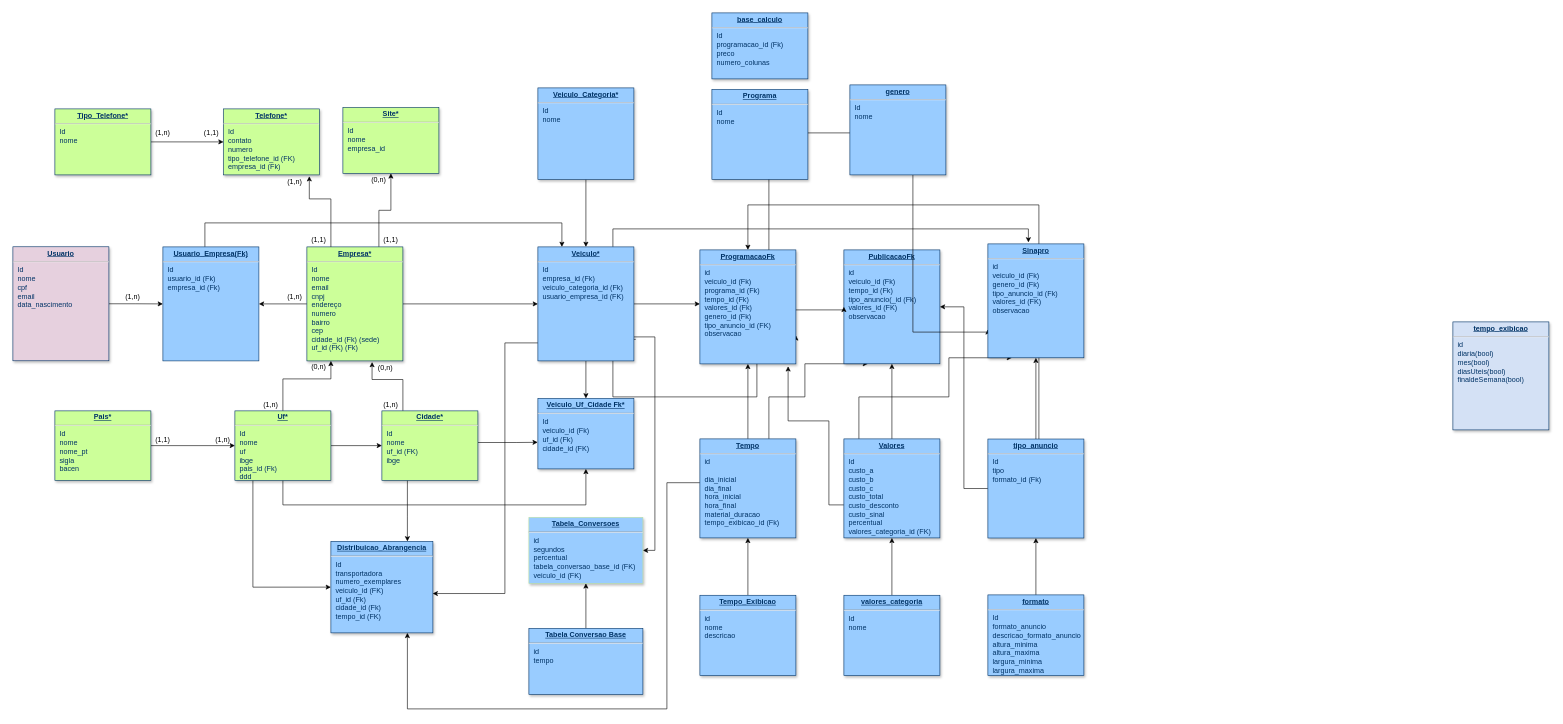
Earlier version of the draw.io diagram Diagrama padronizado.drawio (diogogui/pna). Source tidied: cells renumbered, new cells numbered last; positions are measured from the earlier drawing's top-left corner, leaving out a move shared by most shapes. Both pictures are drawn from the tidied source at 60%, with x=0, y=0 at pixel (13, 13).
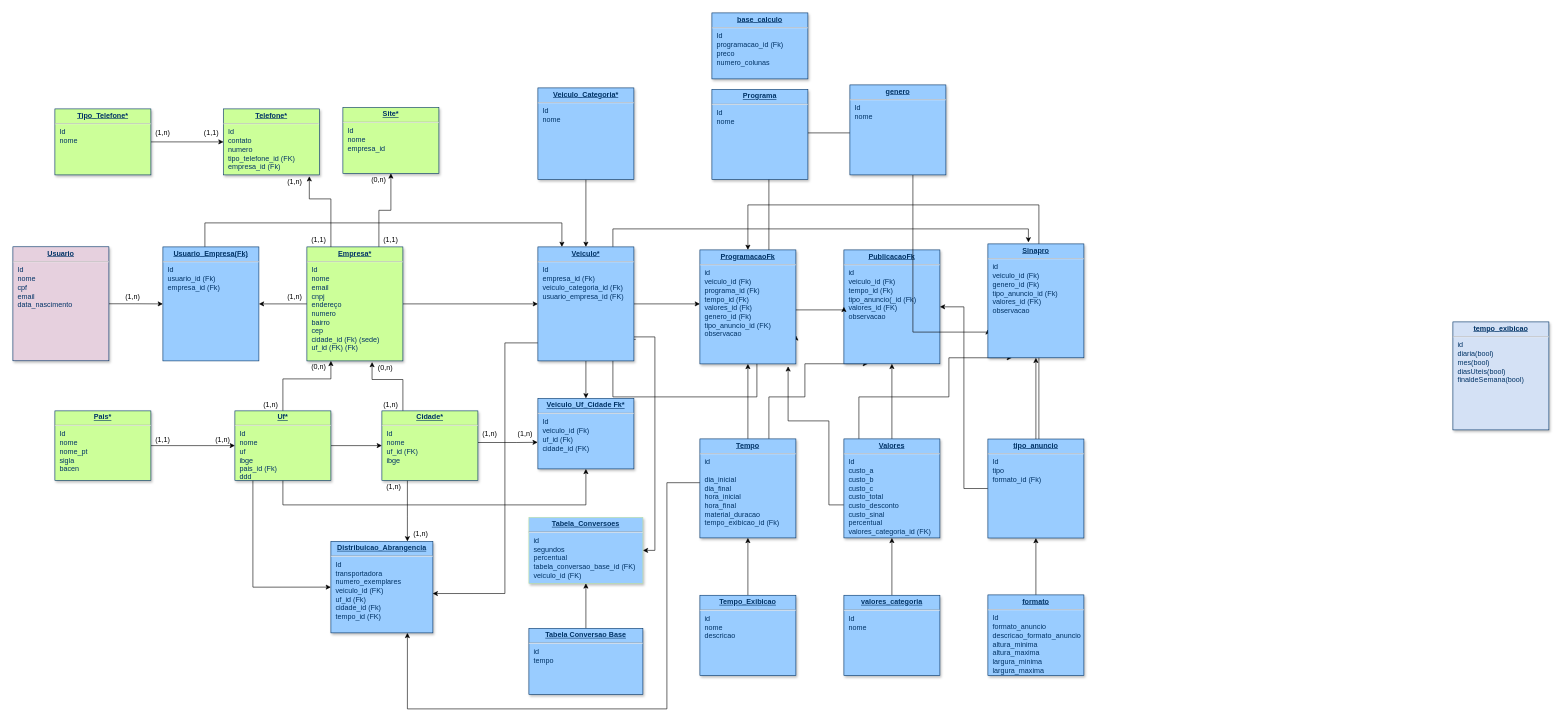
The same page after the edit.

Change to the diagram source:
```diff
@@
+    <mxCell id="81" value="(1,n)" style="text;html=1;strokeColor=none;fillColor=none;align=center;verticalAlign=middle;whiteSpace=wrap;rounded=0;" parent="1" vertex="1">
+      <mxGeometry x="615" y="780.2" width="40" height="20" as="geometry" />
+    </mxCell>
+    <mxCell id="82" value="(1,n)" style="text;html=1;strokeColor=none;fillColor=none;align=center;verticalAlign=middle;whiteSpace=wrap;rounded=0;" parent="1" vertex="1">
+      <mxGeometry x="660" y="857.8" width="40" height="20" as="geometry" />
+    </mxCell>
+    <mxCell id="83" value="(1,n)" style="text;html=1;strokeColor=none;fillColor=none;align=center;verticalAlign=middle;whiteSpace=wrap;rounded=0;" parent="1" vertex="1">
+      <mxGeometry x="834" y="692" width="40" height="20" as="geometry" />
+    </mxCell>
+    <mxCell id="84" value="(1,n)" style="text;html=1;strokeColor=none;fillColor=none;align=center;verticalAlign=middle;whiteSpace=wrap;rounded=0;" parent="1" vertex="1">
+      <mxGeometry x="775" y="692" width="40" height="20" as="geometry" />
+    </mxCell>
```
